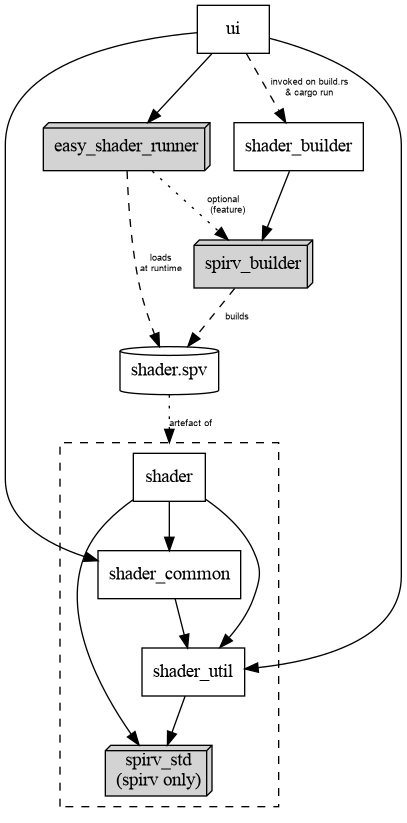
Earlier version of the Graphviz export workspace-structure.png (crazyscot/brot3). Its source is kept beside it as workspace-structure.dot. Its diagram source:
```dot
digraph {
    compound = true;
    node [shape = box;];


    ui;
    shader;
    shader_builder;
    shader_common;
    shader_util;
    shader_spv [shape = cylinder;label = "shader.spv";];
    node [shape = box3d; style = filled;];
    edge [fontname = "arial"; fontsize = 7;];
    spirv_builder;
    easy_shader_runner;
    spirv_std [label = "spirv_std\n(spirv only)";];
    # egui;
    shader_spv;
    subgraph cluster_shader_ {
        style = dashed;
        shader;
        shader_common;
        shader_util;
        spirv_std;
    }


    ui -> shader_common;
    ui -> shader_util;
    # ui -> egui;
    ui -> easy_shader_runner;


    shader_spv -> shader [style = dotted; label = "artefact of"; lhead = cluster_shader_;];

    shader -> spirv_std;
    shader -> shader_common;
    shader -> shader_util;

    shader_builder -> spirv_builder;

    shader_common -> shader_util;

    shader_util -> spirv_std;

    # easy_shader_runner -> egui;
    easy_shader_runner -> spirv_builder [style = dotted; label = "optional\n   (feature)";];

    ui -> shader_builder [style = dashed; label = "invoked on build.rs\n& cargo run";];

    # ui -> shader_spv [style = dotted; label = "runtime refs";];
    # spirv_builder -> shader [style = dotted; label = "compiles\n(maybe at runtime)"; lhead = cluster_shader_;];
    spirv_builder -> shader_spv [style = dashed; label = "    builds";];
    easy_shader_runner -> shader_spv [style = dashed; label = "loads\nat runtime";];
}
```
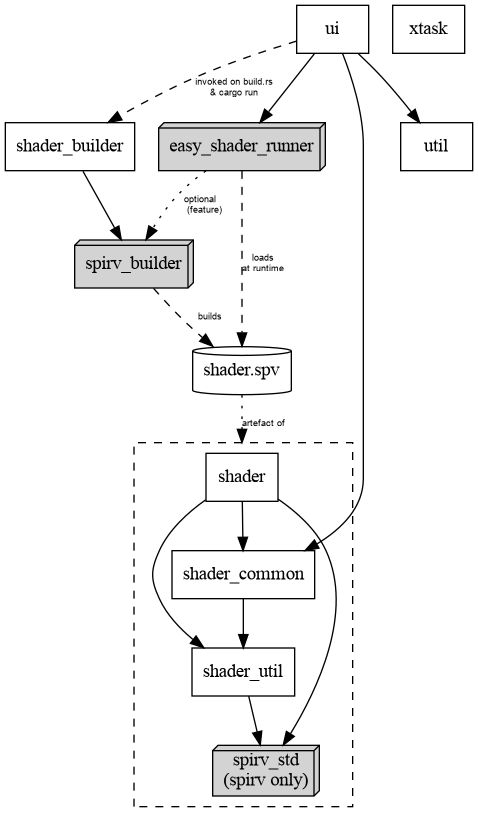
After the commit.

Commit message:
chore(skip): update workspace-structure diagram to current reality

The edit, as a diff of the source:
```diff
@@ -6,9 +6,11 @@
     ui;
     shader;
     shader_builder;
+    xtask;
     shader_common;
     shader_util;
     shader_spv [shape = cylinder;label = "shader.spv";];
+    util;
     node [shape = box3d; style = filled;];
     edge [fontname = "arial"; fontsize = 7;];
     spirv_builder;
@@ -26,9 +28,10 @@
 
 
     ui -> shader_common;
-    ui -> shader_util;
+    # ui -> shader_util;
     # ui -> egui;
     ui -> easy_shader_runner;
+    ui -> util;
 
 
     shader_spv -> shader [style = dotted; label = "artefact of"; lhead = cluster_shader_;];
```
